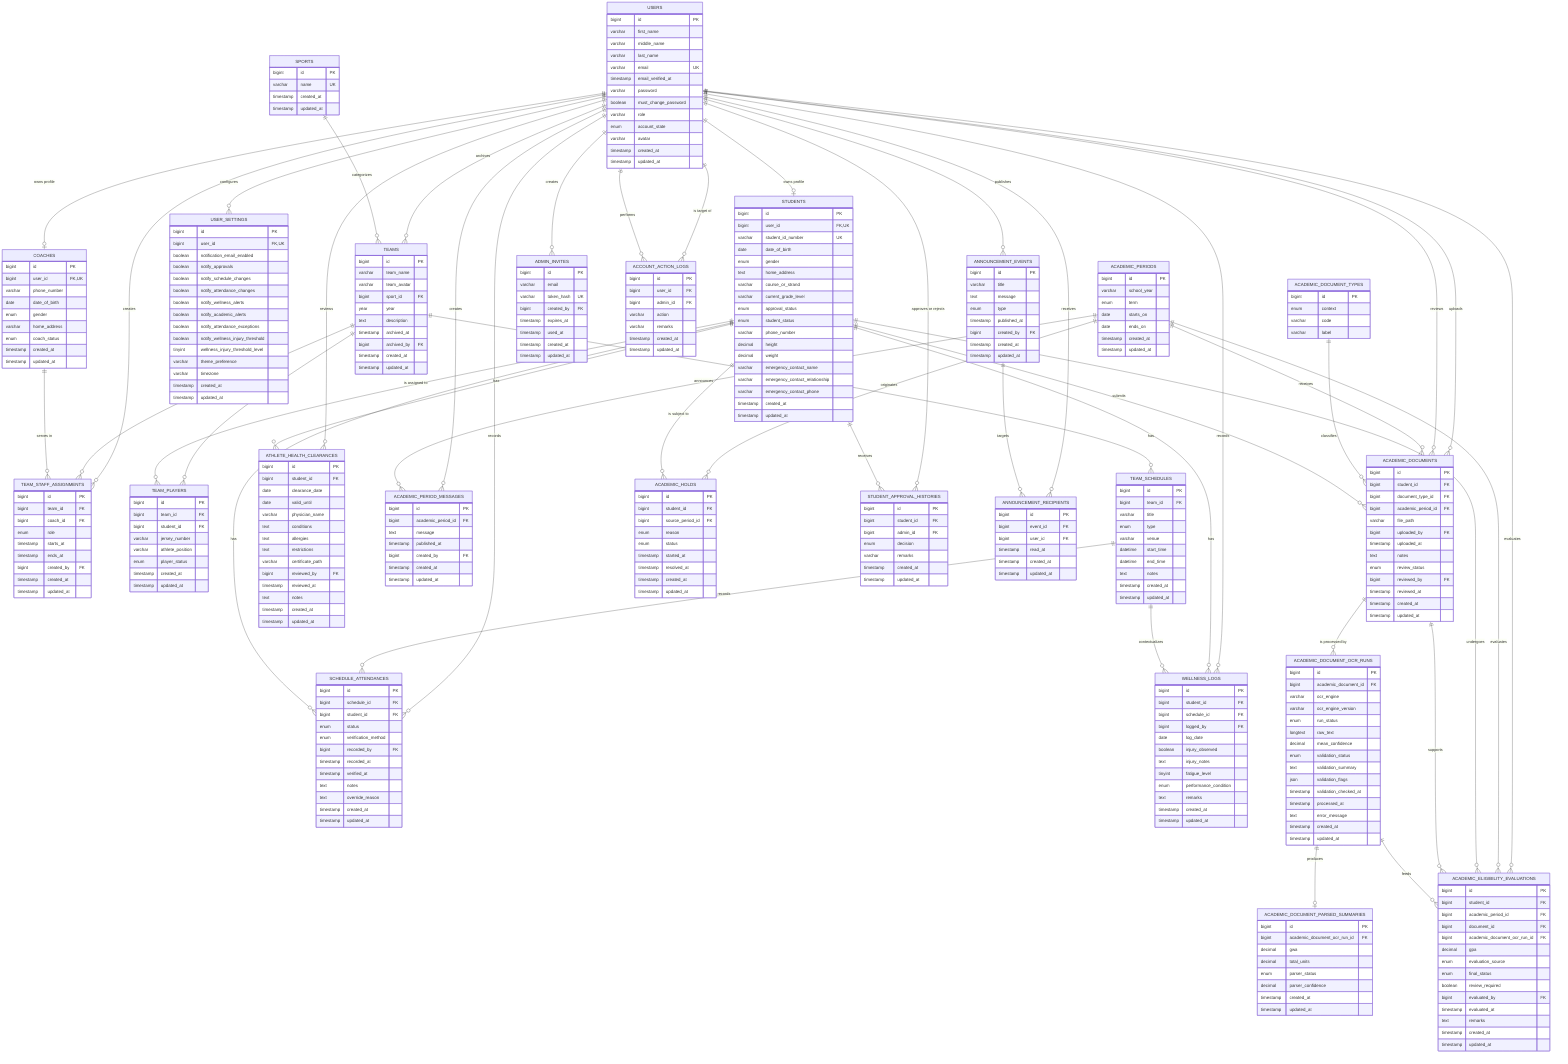
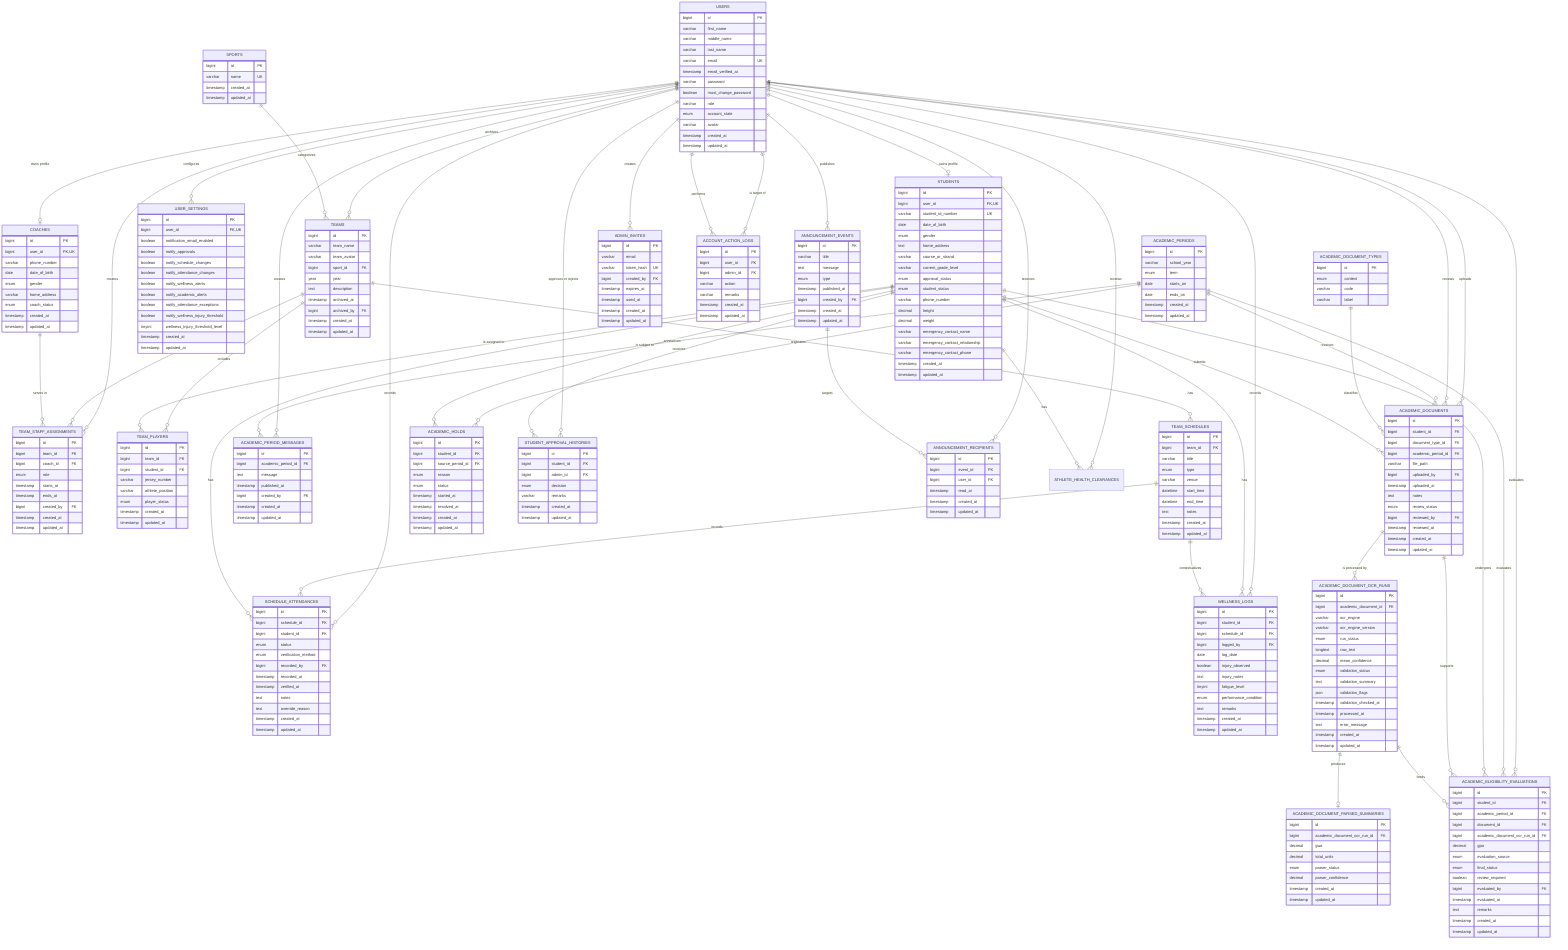
erDiagram
    USERS {
        bigint id PK
        varchar first_name
        varchar middle_name
        varchar last_name
        varchar email UK
        timestamp email_verified_at
        varchar password
        boolean must_change_password
        varchar role
        enum account_state
        varchar avatar
        timestamp created_at
        timestamp updated_at
    }

    STUDENTS {
        bigint id PK
        bigint user_id FK, UK
        varchar student_id_number UK
        date date_of_birth
        enum gender
        text home_address
        varchar course_or_strand
        varchar current_grade_level
        enum approval_status
        enum student_status
        varchar phone_number
        decimal height
        decimal weight
        varchar emergency_contact_name
        varchar emergency_contact_relationship
        varchar emergency_contact_phone
        timestamp created_at
        timestamp updated_at
    }

    COACHES {
        bigint id PK
        bigint user_id FK, UK
        varchar phone_number
        date date_of_birth
        enum gender
        varchar home_address
        enum coach_status
        timestamp created_at
        timestamp updated_at
    }

    USER_SETTINGS {
        bigint id PK
        bigint user_id FK, UK
        boolean notification_email_enabled
        boolean notify_approvals
        boolean notify_schedule_changes
        boolean notify_attendance_changes
        boolean notify_wellness_alerts
        boolean notify_academic_alerts
        boolean notify_attendance_exceptions
        boolean notify_wellness_injury_threshold
        tinyint wellness_injury_threshold_level
-         varchar theme_preference
-         varchar timezone
        timestamp created_at
        timestamp updated_at
    }

    SPORTS {
        bigint id PK
        varchar name UK
        timestamp created_at
        timestamp updated_at
    }

    TEAMS {
        bigint id PK
        varchar team_name
        varchar team_avatar
        bigint sport_id FK
        year year
        text description
        timestamp archived_at
        bigint archived_by FK
        timestamp created_at
        timestamp updated_at
    }

    TEAM_STAFF_ASSIGNMENTS {
        bigint id PK
        bigint team_id FK
        bigint coach_id FK
        enum role
        timestamp starts_at
        timestamp ends_at
        bigint created_by FK
        timestamp created_at
        timestamp updated_at
    }

    TEAM_PLAYERS {
        bigint id PK
        bigint team_id FK
        bigint student_id FK
        varchar jersey_number
        varchar athlete_position
        enum player_status
        timestamp created_at
        timestamp updated_at
    }

    TEAM_SCHEDULES {
        bigint id PK
        bigint team_id FK
        varchar title
        enum type
        varchar venue
        datetime start_time
        datetime end_time
        text notes
        timestamp created_at
        timestamp updated_at
    }

    SCHEDULE_ATTENDANCES {
        bigint id PK
        bigint schedule_id FK
        bigint student_id FK
        enum status
        enum verification_method
        bigint recorded_by FK
        timestamp recorded_at
        timestamp verified_at
        text notes
        text override_reason
        timestamp created_at
        timestamp updated_at
    }

    WELLNESS_LOGS {
        bigint id PK
        bigint student_id FK
        bigint schedule_id FK
        bigint logged_by FK
        date log_date
        boolean injury_observed
        text injury_notes
        tinyint fatigue_level
        enum performance_condition
        text remarks
-         timestamp created_at
-         timestamp updated_at
-     }
- 
-     ATHLETE_HEALTH_CLEARANCES {
-         bigint id PK
-         bigint student_id FK
-         date clearance_date
-         date valid_until
-         varchar physician_name
-         text conditions
-         text allergies
-         text restrictions
-         varchar certificate_path
-         bigint reviewed_by FK
-         timestamp reviewed_at
-         text notes
        timestamp created_at
        timestamp updated_at
    }

    ACADEMIC_PERIODS {
        bigint id PK
        varchar school_year
        enum term
        date starts_on
        date ends_on
        timestamp created_at
        timestamp updated_at
    }

    ACADEMIC_PERIOD_MESSAGES {
        bigint id PK
        bigint academic_period_id FK
        text message
        timestamp published_at
        bigint created_by FK
        timestamp created_at
        timestamp updated_at
    }

    ACADEMIC_DOCUMENT_TYPES {
        bigint id PK
        enum context
        varchar code
        varchar label
    }

    ACADEMIC_DOCUMENTS {
        bigint id PK
        bigint student_id FK
        bigint document_type_id FK
        bigint academic_period_id FK
        varchar file_path
        bigint uploaded_by FK
        timestamp uploaded_at
        text notes
        enum review_status
        bigint reviewed_by FK
        timestamp reviewed_at
        timestamp created_at
        timestamp updated_at
    }

    ACADEMIC_DOCUMENT_OCR_RUNS {
        bigint id PK
        bigint academic_document_id FK
        varchar ocr_engine
        varchar ocr_engine_version
        enum run_status
        longtext raw_text
        decimal mean_confidence
        enum validation_status
        text validation_summary
        json validation_flags
        timestamp validation_checked_at
        timestamp processed_at
        text error_message
        timestamp created_at
        timestamp updated_at
    }

    ACADEMIC_DOCUMENT_PARSED_SUMMARIES {
        bigint id PK
        bigint academic_document_ocr_run_id FK
        decimal gwa
        decimal total_units
        enum parser_status
        decimal parser_confidence
        timestamp created_at
        timestamp updated_at
    }

    ACADEMIC_ELIGIBILITY_EVALUATIONS {
        bigint id PK
        bigint student_id FK
        bigint academic_period_id FK
        bigint document_id FK
        bigint academic_document_ocr_run_id FK
        decimal gpa
        enum evaluation_source
        enum final_status
        boolean review_required
        bigint evaluated_by FK
        timestamp evaluated_at
        text remarks
        timestamp created_at
        timestamp updated_at
    }

    ACADEMIC_HOLDS {
        bigint id PK
        bigint student_id FK
        bigint source_period_id FK
        enum reason
        enum status
        timestamp started_at
        timestamp resolved_at
        timestamp created_at
        timestamp updated_at
    }

    STUDENT_APPROVAL_HISTORIES {
        bigint id PK
        bigint student_id FK
        bigint admin_id FK
        enum decision
        varchar remarks
        timestamp created_at
        timestamp updated_at
    }

    ANNOUNCEMENT_EVENTS {
        bigint id PK
        varchar title
        text message
        enum type
        timestamp published_at
        bigint created_by FK
        timestamp created_at
        timestamp updated_at
    }

    ANNOUNCEMENT_RECIPIENTS {
        bigint id PK
        bigint event_id FK
        bigint user_id FK
        timestamp read_at
        timestamp created_at
        timestamp updated_at
    }

    ADMIN_INVITES {
        bigint id PK
        varchar email
        varchar token_hash UK
        bigint created_by FK
        timestamp expires_at
        timestamp used_at
        timestamp created_at
        timestamp updated_at
    }

    ACCOUNT_ACTION_LOGS {
        bigint id PK
        bigint user_id FK
        bigint admin_id FK
        varchar action
        varchar remarks
        timestamp created_at
        timestamp updated_at
    }

    USERS ||--o| STUDENTS : "owns profile"
    USERS ||--o| COACHES : "owns profile"
    USERS ||--o{ USER_SETTINGS : "configures"
    USERS ||--o{ ACCOUNT_ACTION_LOGS : "is target of"
    USERS ||--o{ ACCOUNT_ACTION_LOGS : "performs"
    USERS ||--o{ ADMIN_INVITES : "creates"
    USERS ||--o{ ANNOUNCEMENT_EVENTS : "publishes"
    USERS ||--o{ ANNOUNCEMENT_RECIPIENTS : "receives"
    USERS ||--o{ ACADEMIC_DOCUMENTS : "uploads"
    USERS ||--o{ ACADEMIC_DOCUMENTS : "reviews"
    USERS ||--o{ ACADEMIC_ELIGIBILITY_EVALUATIONS : "evaluates"
    USERS ||--o{ ACADEMIC_PERIOD_MESSAGES : "creates"
    USERS ||--o{ ATHLETE_HEALTH_CLEARANCES : "reviews"
    USERS ||--o{ SCHEDULE_ATTENDANCES : "records"
    USERS ||--o{ STUDENT_APPROVAL_HISTORIES : "approves or rejects"
    USERS ||--o{ TEAM_STAFF_ASSIGNMENTS : "creates"
    USERS ||--o{ TEAMS : "archives"
    USERS ||--o{ WELLNESS_LOGS : "records"

    SPORTS ||--o{ TEAMS : "categorizes"

    TEAMS ||--o{ TEAM_PLAYERS : "includes"
    STUDENTS ||--o{ TEAM_PLAYERS : "is assigned to"

    TEAMS ||--o{ TEAM_STAFF_ASSIGNMENTS : "has"
    COACHES ||--o{ TEAM_STAFF_ASSIGNMENTS : "serves in"

    TEAMS ||--o{ TEAM_SCHEDULES : "has"
    TEAM_SCHEDULES ||--o{ SCHEDULE_ATTENDANCES : "records"
    STUDENTS ||--o{ SCHEDULE_ATTENDANCES : "has"

    STUDENTS ||--o{ WELLNESS_LOGS : "has"
    TEAM_SCHEDULES ||--o{ WELLNESS_LOGS : "contextualizes"
    STUDENTS ||--o{ ATHLETE_HEALTH_CLEARANCES : "has"

    ACADEMIC_PERIODS ||--o{ ACADEMIC_PERIOD_MESSAGES : "announces"
    ACADEMIC_PERIODS ||--o{ ACADEMIC_DOCUMENTS : "receives"
    ACADEMIC_PERIODS ||--o{ ACADEMIC_ELIGIBILITY_EVALUATIONS : "evaluates"
    ACADEMIC_PERIODS ||--o{ ACADEMIC_HOLDS : "originates"

    ACADEMIC_DOCUMENT_TYPES ||--o{ ACADEMIC_DOCUMENTS : "classifies"
    STUDENTS ||--o{ ACADEMIC_DOCUMENTS : "submits"
    ACADEMIC_DOCUMENTS ||--o{ ACADEMIC_DOCUMENT_OCR_RUNS : "is processed by"

    ACADEMIC_DOCUMENT_OCR_RUNS ||--o| ACADEMIC_DOCUMENT_PARSED_SUMMARIES : "produces"
    STUDENTS ||--o{ ACADEMIC_ELIGIBILITY_EVALUATIONS : "undergoes"
    ACADEMIC_DOCUMENTS ||--o{ ACADEMIC_ELIGIBILITY_EVALUATIONS : "supports"
    ACADEMIC_DOCUMENT_OCR_RUNS ||--o{ ACADEMIC_ELIGIBILITY_EVALUATIONS : "feeds"

    STUDENTS ||--o{ ACADEMIC_HOLDS : "is subject to"
    STUDENTS ||--o{ STUDENT_APPROVAL_HISTORIES : "receives"

    ANNOUNCEMENT_EVENTS ||--o{ ANNOUNCEMENT_RECIPIENTS : "targets"
